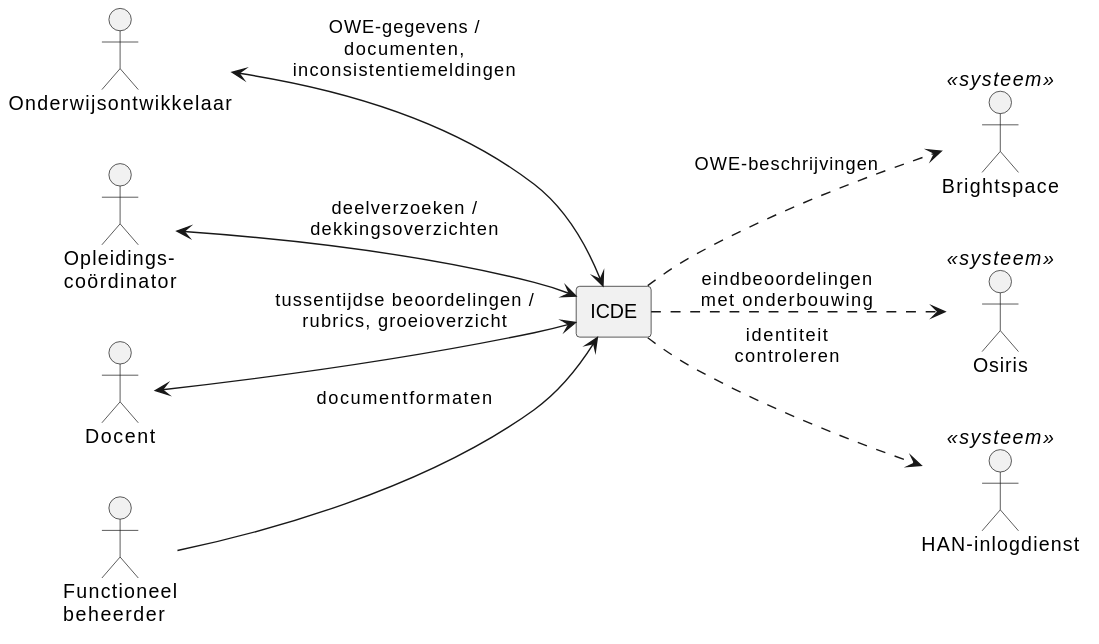
This is docs/diagrams/contextdiagram.svg from HAN-Craftsmanship-KL-JJG/casus, a PlantUML export, as it was before one commit.
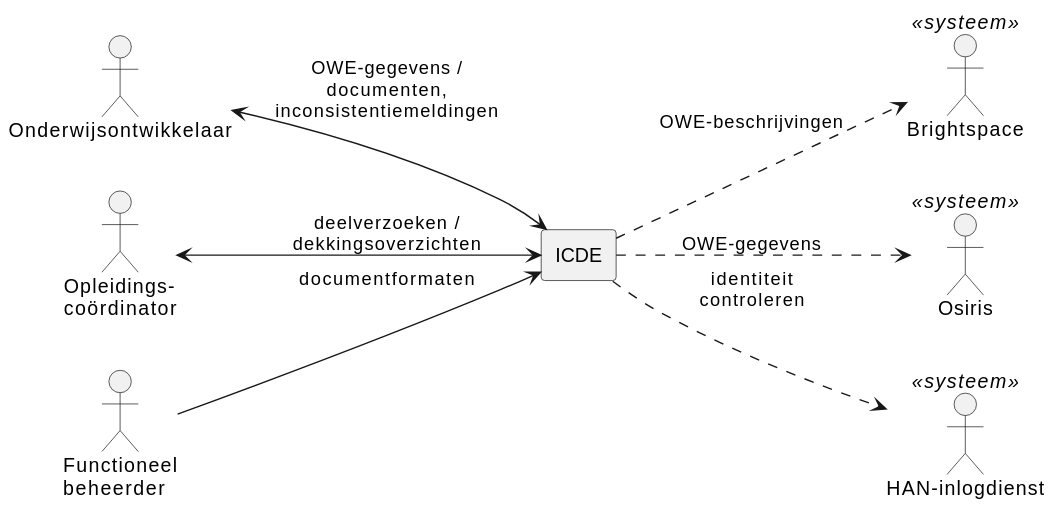
After the change.

Change to the diagram source:
```diff
@@ -5,7 +5,6 @@
 
 actor Onderwijsontwikkelaar as ontwikkelaar
 actor "Opleidings-\ncoördinator" as coordinator
-actor Docent as docent
 actor "Functioneel\nbeheerder" as beheerder
 
 rectangle ICDE as icde
@@ -16,10 +15,9 @@
 
 ontwikkelaar <--> icde : OWE-gegevens /\ndocumenten,\ninconsistentiemeldingen
 coordinator <--> icde : deelverzoeken /\ndekkingsoverzichten
-docent <--> icde : tussentijdse beoordelingen /\nrubrics, groeioverzicht
 beheerder --> icde : documentformaten
 
 icde ..> brightspace : OWE-beschrijvingen
-icde ..> osiris : eindbeoordelingen\nmet onderbouwing
+icde ..> osiris : OWE-gegevens
 icde ..> inlogdienst : identiteit\ncontroleren
 @enduml
```
